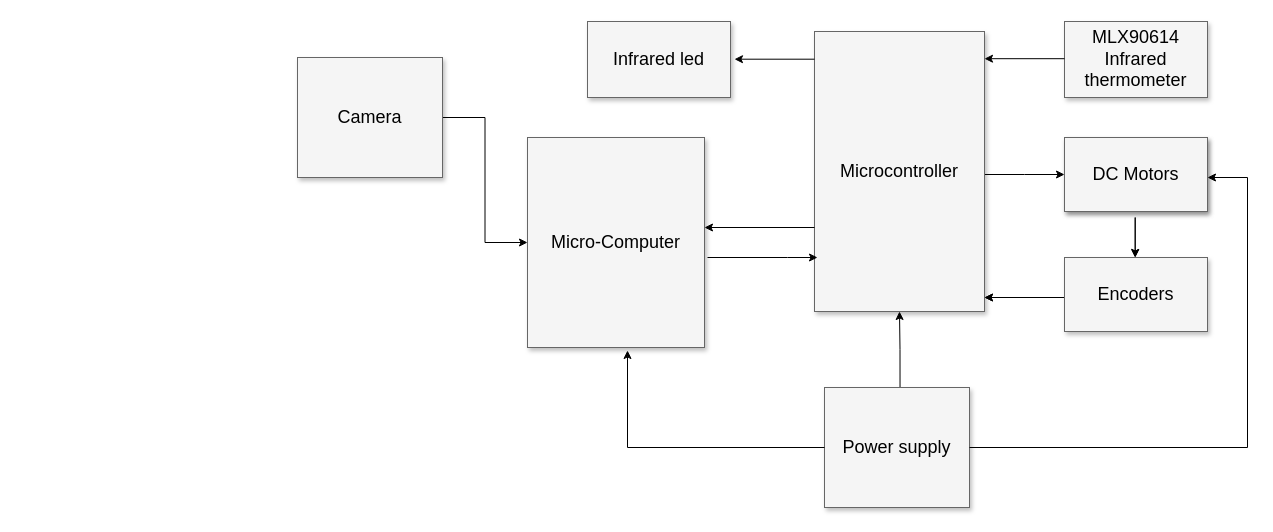
This is Untitled Diagram.drawio from IvanChacon/robot1, a draw.io file, before an edit. Source tidied: cells renumbered, new cells numbered last; positions are measured from the earlier drawing's top-left corner, leaving out a move shared by most shapes. Both pictures are drawn from the tidied source at 100%, with x=0, y=0 at pixel (297, 21).
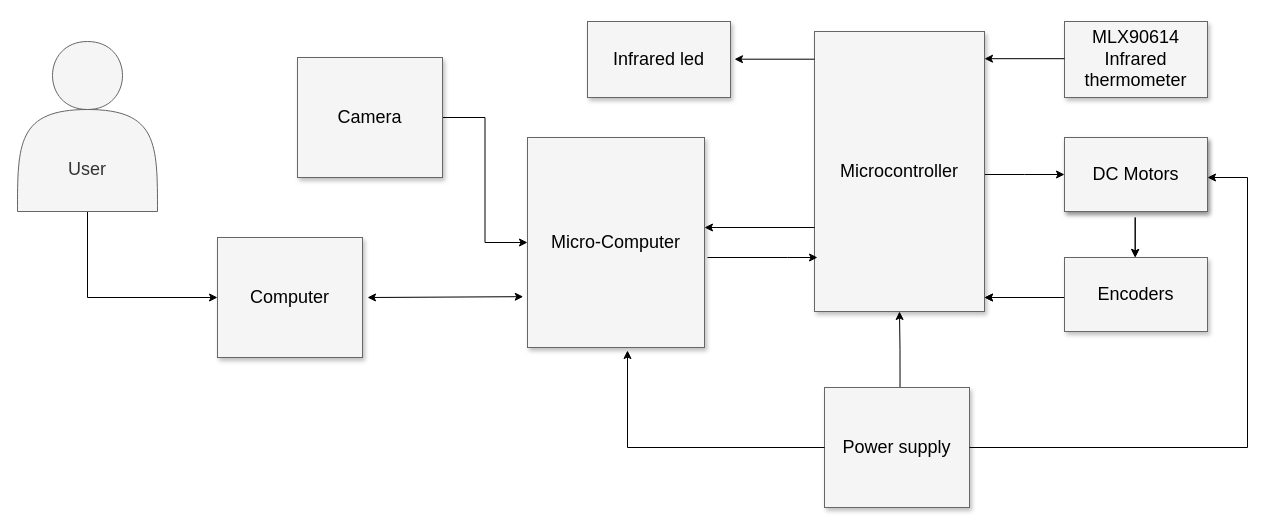
The same diagram, later.

Unchanged cells that the change refers to:
```xml
<mxCell id="14" value="Micro-Computer" style="whiteSpace=wrap;html=1;shadow=1;fontSize=18;fillColor=#f5f5f5;strokeColor=#666666;" parent="1" vertex="1">
  <mxGeometry x="230" y="116" width="177" height="210" as="geometry" />
</mxCell>
```

Diff of the diagram source:
```diff
@@
+    <mxCell id="27" value="Computer" style="whiteSpace=wrap;html=1;shadow=1;fontSize=18;fillColor=#f5f5f5;strokeColor=#666666;" parent="1" vertex="1">
+      <mxGeometry x="-80" y="216" width="145" height="120" as="geometry" />
+    </mxCell>
+    <mxCell id="28" style="endArrow=classic;startArrow=classic;html=1;entryX=-0.024;entryY=0.758;entryDx=0;entryDy=0;entryPerimeter=0;" parent="1" edge="1" target="14">
+      <mxGeometry relative="1" as="geometry">
+        <mxPoint x="70" y="276" as="sourcePoint" />
+      </mxGeometry>
+    </mxCell>
+    <mxCell id="29" style="edgeStyle=orthogonalEdgeStyle;rounded=0;jettySize=auto;html=1;exitX=0.5;exitY=1;exitDx=0;exitDy=0;entryX=0;entryY=0.5;entryDx=0;entryDy=0;" parent="1" edge="1" source="30" target="27">
+      <mxGeometry relative="1" as="geometry" />
+    </mxCell>
+    <mxCell id="30" value="&lt;div style=&quot;font-size: 18px&quot;&gt;&lt;font style=&quot;font-size: 18px&quot;&gt;&lt;br&gt;&lt;/font&gt;&lt;/div&gt;&lt;div style=&quot;font-size: 18px&quot;&gt;&lt;font style=&quot;font-size: 18px&quot;&gt;&lt;br&gt;&lt;/font&gt;&lt;/div&gt;&lt;div style=&quot;font-size: 18px&quot;&gt;&lt;font style=&quot;font-size: 18px&quot;&gt;&lt;br&gt;&lt;/font&gt;&lt;/div&gt;&lt;div style=&quot;font-size: 18px&quot;&gt;&lt;font style=&quot;font-size: 18px&quot;&gt;&lt;br&gt;&lt;/font&gt;&lt;/div&gt;&lt;div style=&quot;font-size: 18px&quot;&gt;&lt;font style=&quot;font-size: 18px&quot;&gt;User&lt;/font&gt;&lt;/div&gt;" style="shape=actor;whiteSpace=wrap;html=1;fillColor=#f5f5f5;strokeColor=#666666;fontColor=#333333;" parent="1" vertex="1">
+      <mxGeometry x="-280" y="20" width="140" height="170" as="geometry" />
+    </mxCell>
```
